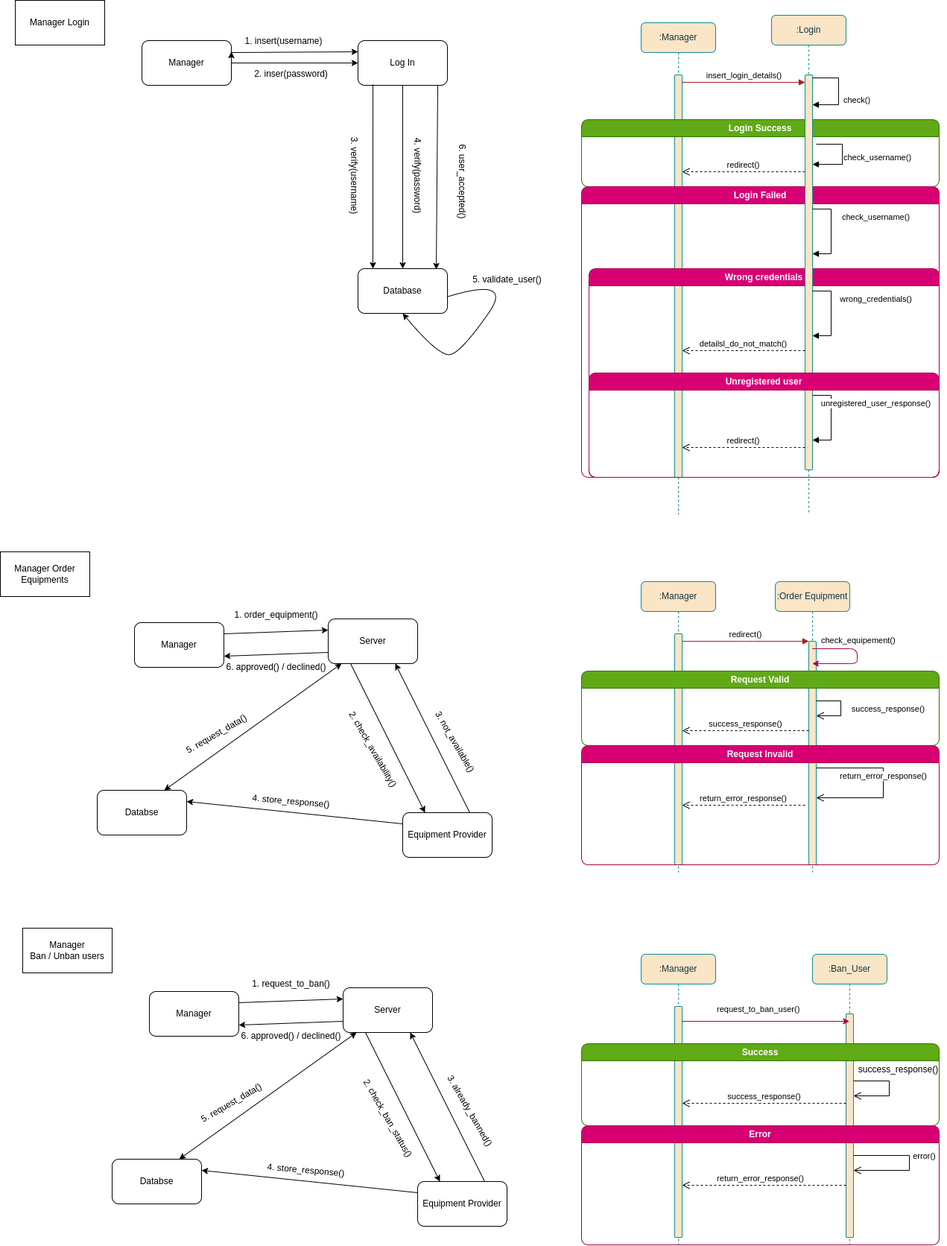
The draw.io diagram Sequence & Communication Diagrams/Manager_.png in Kevin-Cela/GymApplication, before a commit. Source tidied: cells renumbered, new cells last; positions are measured from the earlier drawing's top-left corner, leaving out a move shared by most shapes.
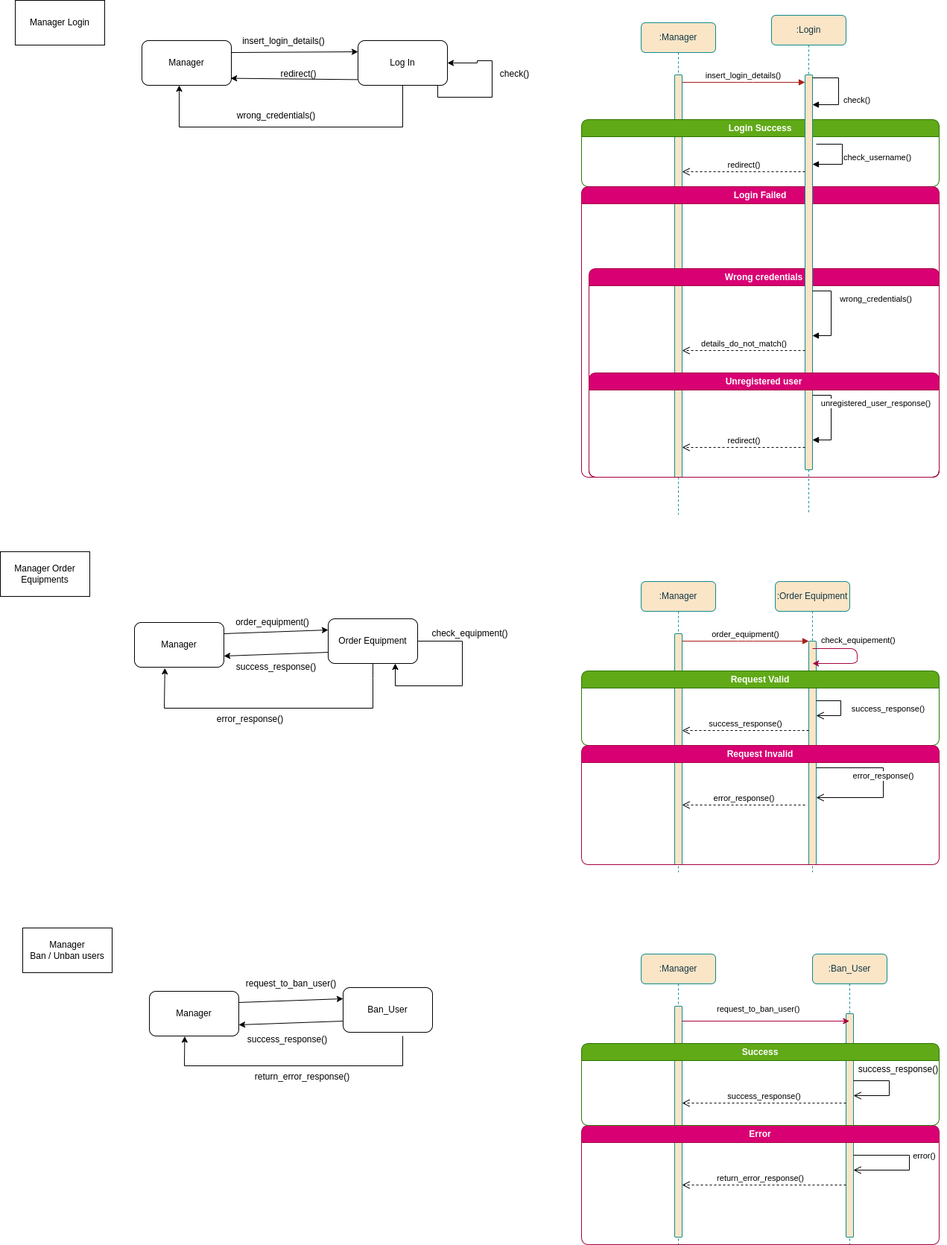
The same diagram one commit later.

Commit message:
Updated Communication and Sequence diagrams.

The edit, as a diff of the source:
```diff
@@ -52,10 +52,2 @@
     </mxCell>
-    <mxCell id="13" value="check_username()" style="html=1;verticalAlign=bottom;endArrow=block;edgeStyle=orthogonalEdgeStyle;elbow=vertical;rounded=0;" parent="11" edge="1" source="12" target="12">
-      <mxGeometry x="-0.18" y="60" relative="1" as="geometry">
-        <Array as="points">
-          <mxPoint x="80" y="260" />
-          <mxPoint x="60" y="320" />
-        </Array>
-      </mxGeometry>
-    </mxCell>
     <mxCell id="14" style="html=1;verticalAlign=bottom;endArrow=block;edgeStyle=orthogonalEdgeStyle;elbow=vertical;rounded=0;" parent="11" edge="1" source="12" target="12">
@@ -87,3 +79,3 @@
     </mxCell>
-    <mxCell id="18" value="detailsl_do_not_match()" style="html=1;verticalAlign=bottom;endArrow=open;dashed=1;endSize=8;edgeStyle=elbowEdgeStyle;elbow=vertical;curved=0;rounded=0;" parent="1" edge="1" source="12" target="3">
+    <mxCell id="18" value="details_do_not_match()" style="html=1;verticalAlign=bottom;endArrow=open;dashed=1;endSize=8;edgeStyle=elbowEdgeStyle;elbow=vertical;curved=0;rounded=0;" parent="1" edge="1" source="12" target="3">
       <mxGeometry relative="1" as="geometry">
@@ -119,3 +111,3 @@
     </mxCell>
-    <mxCell id="24" value="return_error_response()" style="html=1;verticalAlign=bottom;endArrow=open;dashed=0;endSize=8;edgeStyle=orthogonalEdgeStyle;elbow=vertical;rounded=0;" parent="21" edge="1" source="22" target="22">
+    <mxCell id="24" value="error_response()" style="html=1;verticalAlign=bottom;endArrow=open;dashed=0;endSize=8;edgeStyle=orthogonalEdgeStyle;elbow=vertical;rounded=0;" parent="21" edge="1" source="22" target="22">
       <mxGeometry relative="1" as="geometry">
@@ -127,3 +119,3 @@
     </mxCell>
-    <mxCell id="25" value="redirect()" style="html=1;verticalAlign=bottom;endArrow=block;edgeStyle=elbowEdgeStyle;elbow=vertical;curved=0;rounded=1;labelBackgroundColor=none;strokeColor=#A8201A;fontColor=default;" parent="1" edge="1" source="20" target="22">
+    <mxCell id="25" value="order_equipment()" style="html=1;verticalAlign=bottom;endArrow=block;edgeStyle=elbowEdgeStyle;elbow=vertical;curved=0;rounded=1;labelBackgroundColor=none;strokeColor=#A8201A;fontColor=default;" parent="1" edge="1" source="20" target="22">
       <mxGeometry relative="1" as="geometry">
@@ -150,3 +142,3 @@
     </mxCell>
-    <mxCell id="30" value="return_error_response()" style="html=1;verticalAlign=bottom;endArrow=open;dashed=1;endSize=8;edgeStyle=elbowEdgeStyle;elbow=vertical;curved=0;rounded=0;" parent="1" edge="1" target="20">
+    <mxCell id="30" value="error_response()" style="html=1;verticalAlign=bottom;endArrow=open;dashed=1;endSize=8;edgeStyle=elbowEdgeStyle;elbow=vertical;curved=0;rounded=0;" parent="1" edge="1" target="20">
       <mxGeometry relative="1" as="geometry">
@@ -246,49 +238,25 @@
     </mxCell>
-    <mxCell id="51" style="edgeStyle=orthogonalEdgeStyle;rounded=0;orthogonalLoop=1;jettySize=auto;html=1;exitX=1;exitY=0.5;exitDx=0;exitDy=0;entryX=1;entryY=0.25;entryDx=0;entryDy=0;" parent="1" edge="1" source="48" target="48">
-      <mxGeometry relative="1" as="geometry" />
-    </mxCell>
-    <mxCell id="52" style="endArrow=classic;html=1;rounded=0;entryX=0;entryY=0.5;entryDx=0;entryDy=0;" parent="1" edge="1" source="48" target="49">
-      <mxGeometry relative="1" as="geometry" />
-    </mxCell>
-    <mxCell id="53" value="2. inser(password)" style="text;html=1;align=center;verticalAlign=middle;strokeColor=none;fillColor=none;" parent="1" vertex="1">
-      <mxGeometry x="330" y="84" width="120" height="30" as="geometry" />
-    </mxCell>
-    <mxCell id="54" value="1. insert(username)" style="text;html=1;align=center;verticalAlign=middle;strokeColor=none;fillColor=none;" parent="1" vertex="1">
+    <mxCell id="54" value="insert_login_details()" style="text;html=1;align=center;verticalAlign=middle;strokeColor=none;fillColor=none;" parent="1" vertex="1">
       <mxGeometry x="315" y="40" width="130" height="30" as="geometry" />
     </mxCell>
-    <mxCell id="55" value="Database" style="rounded=1;whiteSpace=wrap;html=1;" parent="1" vertex="1">
-      <mxGeometry x="480" y="360" width="120" height="60" as="geometry" />
-    </mxCell>
-    <mxCell id="56" style="endArrow=classic;html=1;rounded=0;exitX=0.167;exitY=0.983;exitDx=0;exitDy=0;exitPerimeter=0;" parent="1" edge="1" source="49">
-      <mxGeometry relative="1" as="geometry">
-        <mxPoint x="500" y="360" as="targetPoint" />
-      </mxGeometry>
+    <mxCell id="56" style="endArrow=classic;html=1;rounded=0;exitX=-0.007;exitY=0.873;exitDx=0;exitDy=0;exitPerimeter=0;entryX=0.993;entryY=0.843;entryDx=0;entryDy=0;entryPerimeter=0;" parent="1" edge="1" source="49" target="48">
+      <mxGeometry relative="1" as="geometry" />
     </mxCell>
-    <mxCell id="57" style="endArrow=classic;html=1;rounded=0;exitX=0.5;exitY=1;exitDx=0;exitDy=0;entryX=0.5;entryY=0;entryDx=0;entryDy=0;" parent="1" edge="1" source="49" target="55">
-      <mxGeometry relative="1" as="geometry" />
-    </mxCell>
-    <mxCell id="58" style="endArrow=classic;html=1;rounded=0;exitX=0.892;exitY=1;exitDx=0;exitDy=0;entryX=0.875;entryY=0.017;entryDx=0;entryDy=0;exitPerimeter=0;entryPerimeter=0;" parent="1" edge="1" source="49" target="55">
-      <mxGeometry relative="1" as="geometry" />
+    <mxCell id="58" style="endArrow=classic;html=1;rounded=0;exitX=0.892;exitY=1;exitDx=0;exitDy=0;exitPerimeter=0;edgeStyle=orthogonalEdgeStyle;entryX=1;entryY=0.5;entryDx=0;entryDy=0;" parent="1" edge="1" source="49" target="49">
+      <mxGeometry relative="1" as="geometry">
+        <Array as="points">
+          <mxPoint x="587" y="130" />
+          <mxPoint x="660" y="130" />
+          <mxPoint x="660" y="81" />
+          <mxPoint x="640" y="81" />
+          <mxPoint x="640" y="84" />
+        </Array>
+      </mxGeometry>
     </mxCell>
-    <mxCell id="59" value="3. verify(username)" style="text;html=1;align=center;verticalAlign=middle;strokeColor=none;fillColor=none;rotation=90;" parent="1" vertex="1">
-      <mxGeometry x="410" y="220" width="130" height="30" as="geometry" />
+    <mxCell id="59" value="redirect()" style="text;html=1;align=center;verticalAlign=middle;strokeColor=none;fillColor=none;rotation=0;" parent="1" vertex="1">
+      <mxGeometry x="365" y="84" width="70" height="30" as="geometry" />
     </mxCell>
-    <mxCell id="60" value="4. verify(password)" style="text;html=1;align=center;verticalAlign=middle;strokeColor=none;fillColor=none;rotation=90;" parent="1" vertex="1">
-      <mxGeometry x="500" y="220" width="120" height="30" as="geometry" />
-    </mxCell>
-    <mxCell id="61" value="6. user_accepted()" style="text;html=1;align=center;verticalAlign=middle;strokeColor=none;fillColor=none;rotation=90;" parent="1" vertex="1">
-      <mxGeometry x="560" y="228" width="120" height="30" as="geometry" />
+    <mxCell id="61" value="check()" style="text;html=1;align=center;verticalAlign=middle;strokeColor=none;fillColor=none;rotation=0;" parent="1" vertex="1">
+      <mxGeometry x="660" y="84" width="60" height="30" as="geometry" />
     </mxCell>
-    <mxCell id="62" style="curved=1;endArrow=classic;html=1;rounded=0;exitX=0.992;exitY=0.633;exitDx=0;exitDy=0;exitPerimeter=0;entryX=0.5;entryY=1;entryDx=0;entryDy=0;" parent="1" edge="1" source="55" target="55">
-      <mxGeometry relative="1" as="geometry">
-        <Array as="points">
-          <mxPoint x="690" y="370" />
-          <mxPoint x="620" y="470" />
-          <mxPoint x="590" y="480" />
-        </Array>
-      </mxGeometry>
-    </mxCell>
-    <mxCell id="63" value="5. validate_user()" style="text;html=1;align=center;verticalAlign=middle;strokeColor=none;fillColor=none;" parent="1" vertex="1">
-      <mxGeometry x="620" y="360" width="120" height="30" as="geometry" />
-    </mxCell>
     <mxCell id="64" value="Manager" style="rounded=1;whiteSpace=wrap;html=1;" parent="1" vertex="1">
@@ -299,7 +267,7 @@
     </mxCell>
-    <mxCell id="66" value="Server" style="rounded=1;whiteSpace=wrap;html=1;" parent="1" vertex="1">
+    <mxCell id="66" value="Order Equipment" style="rounded=1;whiteSpace=wrap;html=1;" parent="1" vertex="1">
       <mxGeometry x="440" y="830" width="120" height="60" as="geometry" />
     </mxCell>
-    <mxCell id="67" value="1. order_equipment()" style="text;html=1;align=center;verticalAlign=middle;strokeColor=none;fillColor=none;" parent="1" vertex="1">
-      <mxGeometry x="300" y="810" width="140" height="30" as="geometry" />
+    <mxCell id="67" value="order_equipment()" style="text;html=1;align=center;verticalAlign=middle;strokeColor=none;fillColor=none;" parent="1" vertex="1">
+      <mxGeometry x="305" y="820" width="120" height="30" as="geometry" />
     </mxCell>
@@ -308,35 +276,14 @@
     </mxCell>
-    <mxCell id="69" value="6. approved() / declined()" style="text;html=1;align=center;verticalAlign=middle;strokeColor=none;fillColor=none;" parent="1" vertex="1">
-      <mxGeometry x="290" y="880" width="160" height="30" as="geometry" />
+    <mxCell id="69" value="success_response()" style="text;html=1;align=center;verticalAlign=middle;strokeColor=none;fillColor=none;" parent="1" vertex="1">
+      <mxGeometry x="305" y="880" width="130" height="30" as="geometry" />
     </mxCell>
-    <mxCell id="70" value="Equipment Provider" style="rounded=1;whiteSpace=wrap;html=1;" parent="1" vertex="1">
-      <mxGeometry x="540" y="1090" width="120" height="60" as="geometry" />
-    </mxCell>
-    <mxCell id="71" style="endArrow=classic;html=1;rounded=0;entryX=0.25;entryY=0;entryDx=0;entryDy=0;exitX=0.25;exitY=1;exitDx=0;exitDy=0;" parent="1" edge="1" source="66" target="70">
-      <mxGeometry relative="1" as="geometry" />
-    </mxCell>
-    <mxCell id="72" value="2. check_availability()" style="text;html=1;align=center;verticalAlign=middle;strokeColor=none;fillColor=none;rotation=60;" parent="1" vertex="1">
-      <mxGeometry x="430" y="990" width="140" height="30" as="geometry" />
-    </mxCell>
-    <mxCell id="73" style="endArrow=classic;html=1;rounded=0;exitX=0.75;exitY=0;exitDx=0;exitDy=0;entryX=0.75;entryY=1;entryDx=0;entryDy=0;" parent="1" edge="1" source="70" target="66">
-      <mxGeometry relative="1" as="geometry" />
+    <mxCell id="73" style="endArrow=classic;html=1;rounded=0;entryX=0.75;entryY=1;entryDx=0;entryDy=0;exitX=1;exitY=0.5;exitDx=0;exitDy=0;" parent="1" edge="1" source="66" target="66">
+      <mxGeometry relative="1" as="geometry">
+        <Array as="points">
+          <mxPoint x="620" y="860" />
+          <mxPoint x="620" y="920" />
+          <mxPoint x="530" y="920" />
+        </Array>
+      </mxGeometry>
     </mxCell>
-    <mxCell id="74" value="3. not_available()" style="text;html=1;align=center;verticalAlign=middle;strokeColor=none;fillColor=none;rotation=60;" parent="1" vertex="1">
-      <mxGeometry x="550" y="980" width="120" height="30" as="geometry" />
-    </mxCell>
-    <mxCell id="75" value="Databse" style="rounded=1;whiteSpace=wrap;html=1;" parent="1" vertex="1">
-      <mxGeometry x="130" y="1060" width="120" height="60" as="geometry" />
-    </mxCell>
-    <mxCell id="76" style="endArrow=classic;html=1;rounded=0;exitX=0;exitY=0.25;exitDx=0;exitDy=0;entryX=1;entryY=0.25;entryDx=0;entryDy=0;" parent="1" edge="1" source="70" target="75">
-      <mxGeometry relative="1" as="geometry" />
-    </mxCell>
-    <mxCell id="77" value="4. store_response()" style="text;html=1;align=center;verticalAlign=middle;strokeColor=none;fillColor=none;rotation=5;" parent="1" vertex="1">
-      <mxGeometry x="325" y="1060" width="130" height="30" as="geometry" />
-    </mxCell>
-    <mxCell id="78" style="endArrow=classic;startArrow=classic;html=1;rounded=0;exitX=0.75;exitY=0;exitDx=0;exitDy=0;" parent="1" edge="1" source="75" target="66">
-      <mxGeometry relative="1" as="geometry" />
-    </mxCell>
-    <mxCell id="79" value="5. request_data()" style="text;html=1;align=center;verticalAlign=middle;strokeColor=none;fillColor=none;rotation=-30;" parent="1" vertex="1">
-      <mxGeometry x="235" y="970" width="110" height="30" as="geometry" />
-    </mxCell>
     <mxCell id="80" value="Manager" style="rounded=1;whiteSpace=wrap;html=1;" parent="1" vertex="1">
@@ -347,7 +294,7 @@
     </mxCell>
-    <mxCell id="82" value="Server" style="rounded=1;whiteSpace=wrap;html=1;" parent="1" vertex="1">
+    <mxCell id="82" value="Ban_User" style="rounded=1;whiteSpace=wrap;html=1;" parent="1" vertex="1">
       <mxGeometry x="460" y="1325" width="120" height="60" as="geometry" />
     </mxCell>
-    <mxCell id="83" value="1. request_to_ban()" style="text;html=1;align=center;verticalAlign=middle;strokeColor=none;fillColor=none;" parent="1" vertex="1">
-      <mxGeometry x="325" y="1305" width="130" height="30" as="geometry" />
+    <mxCell id="83" value="request_to_ban_user()" style="text;html=1;align=center;verticalAlign=middle;strokeColor=none;fillColor=none;" parent="1" vertex="1">
+      <mxGeometry x="320" y="1305" width="140" height="30" as="geometry" />
     </mxCell>
@@ -356,35 +303,5 @@
     </mxCell>
-    <mxCell id="85" value="6. approved() / declined()" style="text;html=1;align=center;verticalAlign=middle;strokeColor=none;fillColor=none;" parent="1" vertex="1">
-      <mxGeometry x="310" y="1375" width="160" height="30" as="geometry" />
+    <mxCell id="85" value="success_response()" style="text;html=1;align=center;verticalAlign=middle;strokeColor=none;fillColor=none;" parent="1" vertex="1">
+      <mxGeometry x="320" y="1380" width="130" height="30" as="geometry" />
     </mxCell>
-    <mxCell id="86" value="Equipment Provider" style="rounded=1;whiteSpace=wrap;html=1;" parent="1" vertex="1">
-      <mxGeometry x="560" y="1585" width="120" height="60" as="geometry" />
-    </mxCell>
-    <mxCell id="87" style="endArrow=classic;html=1;rounded=0;entryX=0.25;entryY=0;entryDx=0;entryDy=0;exitX=0.25;exitY=1;exitDx=0;exitDy=0;" parent="1" edge="1" source="82" target="86">
-      <mxGeometry relative="1" as="geometry" />
-    </mxCell>
-    <mxCell id="88" value="2. check_ban_status()" style="text;html=1;align=center;verticalAlign=middle;strokeColor=none;fillColor=none;rotation=60;" parent="1" vertex="1">
-      <mxGeometry x="450" y="1485" width="140" height="30" as="geometry" />
-    </mxCell>
-    <mxCell id="89" style="endArrow=classic;html=1;rounded=0;exitX=0.75;exitY=0;exitDx=0;exitDy=0;entryX=0.75;entryY=1;entryDx=0;entryDy=0;" parent="1" edge="1" source="86" target="82">
-      <mxGeometry relative="1" as="geometry" />
-    </mxCell>
-    <mxCell id="90" value="3. already_banned()" style="text;html=1;align=center;verticalAlign=middle;strokeColor=none;fillColor=none;rotation=60;" parent="1" vertex="1">
-      <mxGeometry x="565" y="1475" width="130" height="30" as="geometry" />
-    </mxCell>
-    <mxCell id="91" value="Databse" style="rounded=1;whiteSpace=wrap;html=1;" parent="1" vertex="1">
-      <mxGeometry x="150" y="1555" width="120" height="60" as="geometry" />
-    </mxCell>
-    <mxCell id="92" style="endArrow=classic;html=1;rounded=0;exitX=0;exitY=0.25;exitDx=0;exitDy=0;entryX=1;entryY=0.25;entryDx=0;entryDy=0;" parent="1" edge="1" source="86" target="91">
-      <mxGeometry relative="1" as="geometry" />
-    </mxCell>
-    <mxCell id="93" value="4. store_response()" style="text;html=1;align=center;verticalAlign=middle;strokeColor=none;fillColor=none;rotation=5;" parent="1" vertex="1">
-      <mxGeometry x="345" y="1555" width="130" height="30" as="geometry" />
-    </mxCell>
-    <mxCell id="94" style="endArrow=classic;startArrow=classic;html=1;rounded=0;exitX=0.75;exitY=0;exitDx=0;exitDy=0;" parent="1" edge="1" source="91" target="82">
-      <mxGeometry relative="1" as="geometry" />
-    </mxCell>
-    <mxCell id="95" value="5. request_data()" style="text;html=1;align=center;verticalAlign=middle;strokeColor=none;fillColor=none;rotation=-30;" parent="1" vertex="1">
-      <mxGeometry x="255" y="1465" width="110" height="30" as="geometry" />
-    </mxCell>
     <mxCell id="96" value="redirect()" style="html=1;verticalAlign=bottom;endArrow=open;dashed=1;endSize=8;edgeStyle=elbowEdgeStyle;elbow=vertical;curved=0;rounded=0;" parent="1" edge="1" source="12" target="3">
@@ -406,2 +323,39 @@
     </mxCell>
+    <mxCell id="98" style="endArrow=classic;html=1;rounded=0;exitX=0.5;exitY=1;exitDx=0;exitDy=0;entryX=0.417;entryY=1;entryDx=0;entryDy=0;entryPerimeter=0;" parent="1" edge="1" source="49" target="48">
+      <mxGeometry relative="1" as="geometry">
+        <Array as="points">
+          <mxPoint x="540" y="170" />
+          <mxPoint x="240" y="170" />
+        </Array>
+      </mxGeometry>
+    </mxCell>
+    <mxCell id="99" value="wrong_credentials()" style="text;html=1;align=center;verticalAlign=middle;strokeColor=none;fillColor=none;" parent="1" vertex="1">
+      <mxGeometry x="305" y="140" width="130" height="30" as="geometry" />
+    </mxCell>
+    <mxCell id="100" value="check_equipment()" style="text;html=1;align=center;verticalAlign=middle;strokeColor=none;fillColor=none;" parent="1" vertex="1">
+      <mxGeometry x="565" y="835" width="130" height="30" as="geometry" />
+    </mxCell>
+    <mxCell id="101" style="endArrow=classic;html=1;rounded=0;entryX=0.395;entryY=1.007;entryDx=0;entryDy=0;entryPerimeter=0;exitX=0.667;exitY=1.083;exitDx=0;exitDy=0;exitPerimeter=0;" parent="1" edge="1" source="82" target="80">
+      <mxGeometry relative="1" as="geometry">
+        <Array as="points">
+          <mxPoint x="540" y="1430" />
+          <mxPoint x="247" y="1430" />
+        </Array>
+      </mxGeometry>
+    </mxCell>
+    <mxCell id="102" value="return_error_response()" style="text;html=1;align=center;verticalAlign=middle;strokeColor=none;fillColor=none;" parent="1" vertex="1">
+      <mxGeometry x="330" y="1430" width="150" height="30" as="geometry" />
+    </mxCell>
+    <mxCell id="103" style="endArrow=classic;html=1;rounded=0;entryX=0.34;entryY=1.019;entryDx=0;entryDy=0;exitX=0.5;exitY=1;exitDx=0;exitDy=0;entryPerimeter=0;" parent="1" edge="1" source="66" target="64">
+      <mxGeometry relative="1" as="geometry">
+        <Array as="points">
+          <mxPoint x="500" y="910" />
+          <mxPoint x="500" y="950" />
+          <mxPoint x="220" y="950" />
+        </Array>
+      </mxGeometry>
+    </mxCell>
+    <mxCell id="104" value="error_response()" style="text;html=1;align=center;verticalAlign=middle;strokeColor=none;fillColor=none;" parent="1" vertex="1">
+      <mxGeometry x="280" y="950" width="110" height="30" as="geometry" />
+    </mxCell>
   </root>
```
